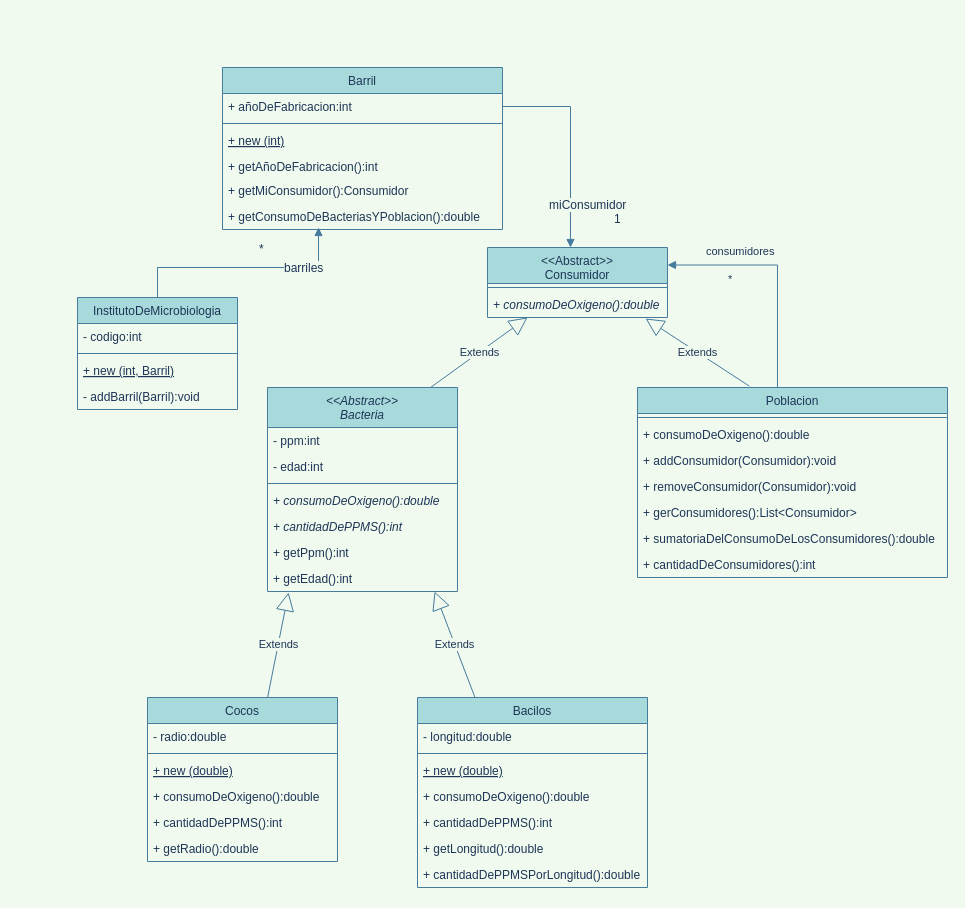
Earlier version of the draw.io diagram unq-po2-Parcial-1eraFecha-2019-Microbiologia.drawio (nhubczyk/Diagramas-UML). Source tidied: cells renumbered, new cells numbered last; positions are measured from the earlier drawing's top-left corner, leaving out a move shared by most shapes. Both pictures are drawn from the tidied source at 100%, with x=0, y=0 at pixel (77, 67).
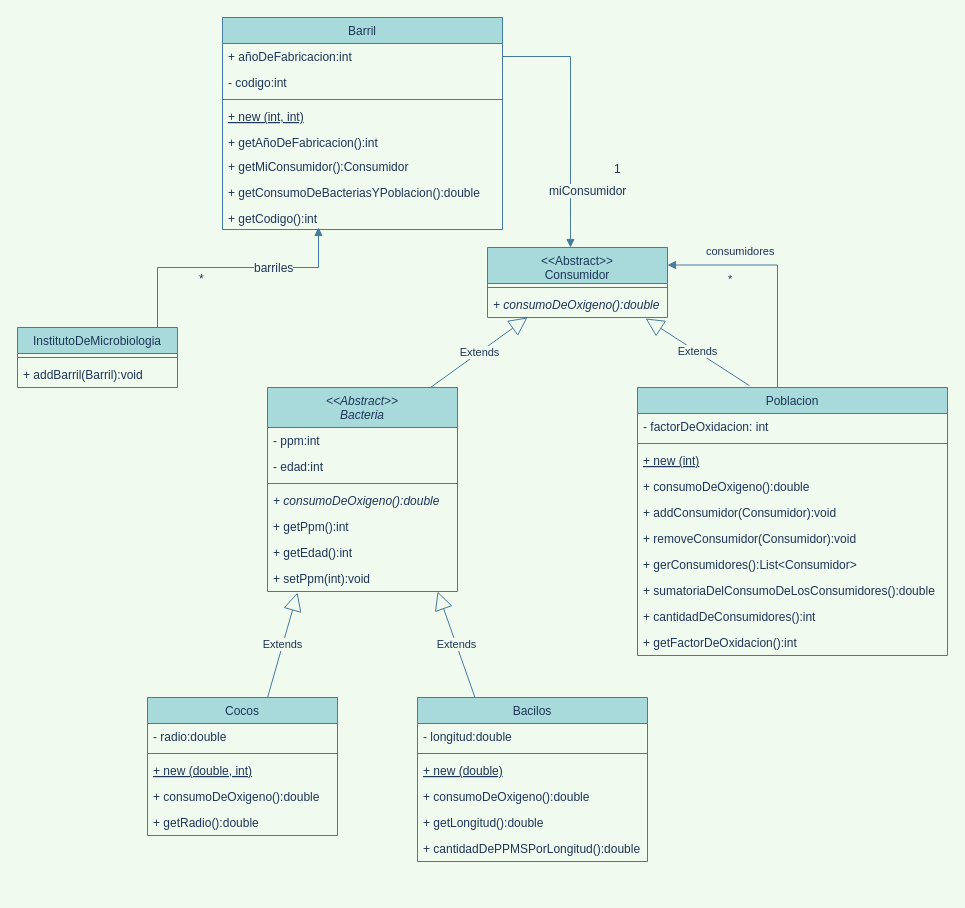
The same diagram, later.

Unchanged cells that the change refers to:
```xml
<mxCell id="2" value="&lt;&lt;Abstract&gt;&gt;&#10;Bacteria" style="swimlane;fontStyle=2;align=center;verticalAlign=top;horizontal=1;startSize=40;fillColor=#A8DADC;strokeColor=#457B9D;fontColor=#1D3557;" parent="1" vertex="1">
  <mxGeometry x="190" y="320" width="190" height="204" as="geometry" />
</mxCell>
```

The edit, as a diff of the source:
```diff
@@
-    <mxCell id="7" value="+ cantidadDePPMS():int" style="text;strokeColor=none;fillColor=none;align=left;verticalAlign=top;spacingLeft=4;spacingRight=4;overflow=hidden;fontStyle=2;fontColor=#1D3557;" parent="2" vertex="1">
-      <mxGeometry y="126" width="190" height="26" as="geometry" />
-    </mxCell>
     <mxCell id="8" value="+ getPpm():int" style="text;strokeColor=none;fillColor=none;align=left;verticalAlign=top;spacingLeft=4;spacingRight=4;overflow=hidden;fontStyle=0;fontColor=#1D3557;" parent="2" vertex="1">
-      <mxGeometry y="152" width="190" height="26" as="geometry" />
+      <mxGeometry y="126" width="190" height="26" as="geometry" />
     </mxCell>
     <mxCell id="9" value="+ getEdad():int" style="text;strokeColor=none;fillColor=none;align=left;verticalAlign=top;spacingLeft=4;spacingRight=4;overflow=hidden;points=[[0,0.5],[1,0.5]];portConstraint=eastwest;fontStyle=0;fontColor=#1D3557;" parent="2" vertex="1">
-      <mxGeometry y="178" width="190" height="26" as="geometry" />
+      <mxGeometry y="152" width="190" height="26" as="geometry" />
     </mxCell>
+    <mxCell id="58" value="+ setPpm(int):void" style="text;strokeColor=none;fillColor=none;align=left;verticalAlign=top;spacingLeft=4;spacingRight=4;overflow=hidden;points=[[0,0.5],[1,0.5]];portConstraint=eastwest;fontStyle=0;fontColor=#1D3557;" parent="2" vertex="1">
+      <mxGeometry y="178" width="190" height="26" as="geometry" />
+    </mxCell>
     <mxCell id="10" value="Cocos" style="swimlane;fontStyle=0;align=center;verticalAlign=top;horizontal=1;startSize=26;fillColor=#A8DADC;strokeColor=#457B9D;fontColor=#1D3557;" parent="1" vertex="1">
-      <mxGeometry x="70" y="630" width="190" height="164" as="geometry" />
+      <mxGeometry x="70" y="630" width="190" height="138" as="geometry" />
     </mxCell>
@@
-    <mxCell id="13" value="+ new (double)" style="text;strokeColor=none;fillColor=none;align=left;verticalAlign=top;spacingLeft=4;spacingRight=4;overflow=hidden;fontStyle=4;fontColor=#1D3557;" parent="10" vertex="1">
+    <mxCell id="13" value="+ new (double, int)" style="text;strokeColor=none;fillColor=none;align=left;verticalAlign=top;spacingLeft=4;spacingRight=4;overflow=hidden;fontStyle=4;fontColor=#1D3557;" parent="10" vertex="1">
       <mxGeometry y="60" width="190" height="26" as="geometry" />
     </mxCell>
@@
-    <mxCell id="15" value="+ cantidadDePPMS():int" style="text;strokeColor=none;fillColor=none;align=left;verticalAlign=top;spacingLeft=4;spacingRight=4;overflow=hidden;fontStyle=0;fontColor=#1D3557;" parent="10" vertex="1">
-      <mxGeometry y="112" width="190" height="26" as="geometry" />
-    </mxCell>
     <mxCell id="16" value="+ getRadio():double" style="text;strokeColor=none;fillColor=none;align=left;verticalAlign=top;spacingLeft=4;spacingRight=4;overflow=hidden;fontStyle=0;fontColor=#1D3557;" parent="10" vertex="1">
-      <mxGeometry y="138" width="190" height="26" as="geometry" />
+      <mxGeometry y="112" width="190" height="26" as="geometry" />
     </mxCell>
     <mxCell id="17" value="Bacilos" style="swimlane;fontStyle=0;align=center;verticalAlign=top;horizontal=1;startSize=26;fillColor=#A8DADC;strokeColor=#457B9D;fontColor=#1D3557;" parent="1" vertex="1">
-      <mxGeometry x="340" y="630" width="230" height="190" as="geometry" />
+      <mxGeometry x="340" y="630" width="230" height="164" as="geometry" />
     </mxCell>
@@
-    <mxCell id="22" value="+ cantidadDePPMS():int" style="text;strokeColor=none;fillColor=none;align=left;verticalAlign=top;spacingLeft=4;spacingRight=4;overflow=hidden;fontStyle=0;fontColor=#1D3557;" parent="17" vertex="1">
-      <mxGeometry y="112" width="230" height="26" as="geometry" />
-    </mxCell>
     <mxCell id="23" value="+ getLongitud():double" style="text;strokeColor=none;fillColor=none;align=left;verticalAlign=top;spacingLeft=4;spacingRight=4;overflow=hidden;fontStyle=0;fontColor=#1D3557;" parent="17" vertex="1">
-      <mxGeometry y="138" width="230" height="26" as="geometry" />
+      <mxGeometry y="112" width="230" height="26" as="geometry" />
     </mxCell>
     <mxCell id="24" value="+ cantidadDePPMSPorLongitud():double" style="text;strokeColor=none;fillColor=none;align=left;verticalAlign=top;spacingLeft=4;spacingRight=4;overflow=hidden;fontStyle=0;fontColor=#1D3557;" parent="17" vertex="1">
-      <mxGeometry y="164" width="230" height="26" as="geometry" />
+      <mxGeometry y="138" width="230" height="26" as="geometry" />
     </mxCell>
-    <mxCell id="25" value="Extends" style="endArrow=block;endSize=16;endFill=0;html=1;rounded=0;exitX=0.632;exitY=0;exitDx=0;exitDy=0;exitPerimeter=0;entryX=0.111;entryY=1.038;entryDx=0;entryDy=0;entryPerimeter=0;labelBackgroundColor=#F1FAEE;strokeColor=#457B9D;fontColor=#1D3557;" parent="1" edge="1" source="10" target="9">
+    <mxCell id="25" value="Extends" style="endArrow=block;endSize=16;endFill=0;html=1;rounded=0;exitX=0.632;exitY=0;exitDx=0;exitDy=0;exitPerimeter=0;labelBackgroundColor=#F1FAEE;strokeColor=#457B9D;fontColor=#1D3557;entryX=0.158;entryY=1.038;entryDx=0;entryDy=0;entryPerimeter=0;" parent="1" edge="1" source="10" target="58">
       <mxGeometry relative="1" as="geometry" />
     </mxCell>
-    <mxCell id="26" value="Extends" style="endArrow=block;endSize=16;endFill=0;html=1;rounded=0;exitX=0.25;exitY=0;exitDx=0;exitDy=0;entryX=0.879;entryY=1;entryDx=0;entryDy=0;entryPerimeter=0;labelBackgroundColor=#F1FAEE;strokeColor=#457B9D;fontColor=#1D3557;" parent="1" edge="1" source="17" target="9">
+    <mxCell id="26" value="Extends" style="endArrow=block;endSize=16;endFill=0;html=1;rounded=0;exitX=0.25;exitY=0;exitDx=0;exitDy=0;entryX=0.895;entryY=1;entryDx=0;entryDy=0;entryPerimeter=0;labelBackgroundColor=#F1FAEE;strokeColor=#457B9D;fontColor=#1D3557;" parent="1" edge="1" source="17" target="58">
       <mxGeometry relative="1" as="geometry" />
     </mxCell>
@@
     <mxCell id="31" value="Poblacion" style="swimlane;fontStyle=0;align=center;verticalAlign=top;horizontal=1;startSize=26;fillColor=#A8DADC;strokeColor=#457B9D;fontColor=#1D3557;" parent="1" vertex="1">
-      <mxGeometry x="560" y="320" width="310" height="190" as="geometry" />
+      <mxGeometry x="560" y="320" width="310" height="268" as="geometry" />
     </mxCell>
+    <mxCell id="59" value="- factorDeOxidacion: int" style="text;strokeColor=none;fillColor=none;align=left;verticalAlign=top;spacingLeft=4;spacingRight=4;overflow=hidden;fontStyle=0;fontColor=#1D3557;" parent="31" vertex="1">
+      <mxGeometry y="26" width="310" height="26" as="geometry" />
+    </mxCell>
     <mxCell id="32" style="line;strokeWidth=1;fillColor=none;align=left;verticalAlign=middle;spacingTop=-1;spacingLeft=3;spacingRight=3;labelPosition=right;strokeColor=#457B9D;labelBackgroundColor=#F1FAEE;fontColor=#1D3557;" parent="31" vertex="1">
-      <mxGeometry y="26" width="310" height="8" as="geometry" />
+      <mxGeometry y="52" width="310" height="8" as="geometry" />
     </mxCell>
+    <mxCell id="60" value="+ new (int)" style="text;strokeColor=none;fillColor=none;align=left;verticalAlign=top;spacingLeft=4;spacingRight=4;overflow=hidden;fontStyle=4;fontColor=#1D3557;" parent="31" vertex="1">
+      <mxGeometry y="60" width="310" height="26" as="geometry" />
+    </mxCell>
     <mxCell id="33" value="+ consumoDeOxigeno():double" style="text;strokeColor=none;fillColor=none;align=left;verticalAlign=top;spacingLeft=4;spacingRight=4;overflow=hidden;fontStyle=0;fontColor=#1D3557;" parent="31" vertex="1">
-      <mxGeometry y="34" width="310" height="26" as="geometry" />
+      <mxGeometry y="86" width="310" height="26" as="geometry" />
     </mxCell>
     <mxCell id="34" value="+ addConsumidor(Consumidor):void" style="text;strokeColor=none;fillColor=none;align=left;verticalAlign=top;spacingLeft=4;spacingRight=4;overflow=hidden;fontStyle=0;fontColor=#1D3557;" parent="31" vertex="1">
-      <mxGeometry y="60" width="310" height="26" as="geometry" />
+      <mxGeometry y="112" width="310" height="26" as="geometry" />
     </mxCell>
     <mxCell id="35" value="+ removeConsumidor(Consumidor):void" style="text;strokeColor=none;fillColor=none;align=left;verticalAlign=top;spacingLeft=4;spacingRight=4;overflow=hidden;fontStyle=0;fontColor=#1D3557;" parent="31" vertex="1">
-      <mxGeometry y="86" width="310" height="26" as="geometry" />
+      <mxGeometry y="138" width="310" height="26" as="geometry" />
     </mxCell>
     <mxCell id="36" value="+ gerConsumidores():List&lt;Consumidor&gt;" style="text;strokeColor=none;fillColor=none;align=left;verticalAlign=top;spacingLeft=4;spacingRight=4;overflow=hidden;fontStyle=0;fontColor=#1D3557;" parent="31" vertex="1">
-      <mxGeometry y="112" width="310" height="26" as="geometry" />
+      <mxGeometry y="164" width="310" height="26" as="geometry" />
     </mxCell>
     <mxCell id="37" value="+ sumatoriaDelConsumoDeLosConsumidores():double" style="text;strokeColor=none;fillColor=none;align=left;verticalAlign=top;spacingLeft=4;spacingRight=4;overflow=hidden;fontStyle=0;fontColor=#1D3557;" parent="31" vertex="1">
-      <mxGeometry y="138" width="310" height="26" as="geometry" />
+      <mxGeometry y="190" width="310" height="26" as="geometry" />
     </mxCell>
     <mxCell id="38" value="+ cantidadDeConsumidores():int" style="text;strokeColor=none;fillColor=none;align=left;verticalAlign=top;spacingLeft=4;spacingRight=4;overflow=hidden;fontStyle=0;fontColor=#1D3557;" parent="31" vertex="1">
-      <mxGeometry y="164" width="310" height="26" as="geometry" />
+      <mxGeometry y="216" width="310" height="26" as="geometry" />
     </mxCell>
+    <mxCell id="61" value="+ getFactorDeOxidacion():int" style="text;strokeColor=none;fillColor=none;align=left;verticalAlign=top;spacingLeft=4;spacingRight=4;overflow=hidden;fontStyle=0;fontColor=#1D3557;" parent="31" vertex="1">
+      <mxGeometry y="242" width="310" height="26" as="geometry" />
+    </mxCell>
@@
     <mxCell id="42" value="InstitutoDeMicrobiologia" style="swimlane;fontStyle=0;align=center;verticalAlign=top;horizontal=1;startSize=26;fontSize=12;fillColor=#A8DADC;strokeColor=#457B9D;fontColor=#1D3557;" parent="1" vertex="1">
-      <mxGeometry y="230" width="160" height="112" as="geometry" />
+      <mxGeometry x="-60" y="260" width="160" height="60" as="geometry" />
     </mxCell>
-    <mxCell id="43" value="- codigo:int" style="text;strokeColor=none;fillColor=none;align=left;verticalAlign=top;spacingLeft=4;spacingRight=4;overflow=hidden;fontSize=12;fontColor=#1D3557;" parent="42" vertex="1">
-      <mxGeometry y="26" width="160" height="26" as="geometry" />
-    </mxCell>
     <mxCell id="44" style="line;strokeWidth=1;fillColor=none;align=left;verticalAlign=middle;spacingTop=-1;spacingLeft=3;spacingRight=3;labelPosition=right;strokeColor=#457B9D;fontSize=12;labelBackgroundColor=#F1FAEE;fontColor=#1D3557;" parent="42" vertex="1">
-      <mxGeometry y="52" width="160" height="8" as="geometry" />
+      <mxGeometry y="26" width="160" height="8" as="geometry" />
     </mxCell>
-    <mxCell id="45" value="+ new (int, Barril)" style="text;strokeColor=none;fillColor=none;align=left;verticalAlign=top;spacingLeft=4;spacingRight=4;overflow=hidden;fontSize=12;fontStyle=4;fontColor=#1D3557;" parent="42" vertex="1">
-      <mxGeometry y="60" width="160" height="26" as="geometry" />
-    </mxCell>
-    <mxCell id="46" value="- addBarril(Barril):void" style="text;strokeColor=none;fillColor=none;align=left;verticalAlign=top;spacingLeft=4;spacingRight=4;overflow=hidden;fontSize=12;fontColor=#1D3557;" parent="42" vertex="1">
-      <mxGeometry y="86" width="160" height="26" as="geometry" />
+    <mxCell id="46" value="+ addBarril(Barril):void" style="text;strokeColor=none;fillColor=none;align=left;verticalAlign=top;spacingLeft=4;spacingRight=4;overflow=hidden;fontSize=12;fontColor=#1D3557;" parent="42" vertex="1">
+      <mxGeometry y="34" width="160" height="26" as="geometry" />
     </mxCell>
     <mxCell id="47" value="Barril" style="swimlane;fontStyle=0;align=center;verticalAlign=top;horizontal=1;startSize=26;fontSize=12;fillColor=#A8DADC;strokeColor=#457B9D;fontColor=#1D3557;" parent="1" vertex="1">
-      <mxGeometry x="145" width="280" height="162" as="geometry" />
+      <mxGeometry x="145" y="-50" width="280" height="212" as="geometry" />
     </mxCell>
@@
+    <mxCell id="43" value="- codigo:int" style="text;strokeColor=none;fillColor=none;align=left;verticalAlign=top;spacingLeft=4;spacingRight=4;overflow=hidden;fontSize=12;fontColor=#1D3557;" parent="47" vertex="1">
+      <mxGeometry y="52" width="280" height="26" as="geometry" />
+    </mxCell>
     <mxCell id="49" style="line;strokeWidth=1;fillColor=none;align=left;verticalAlign=middle;spacingTop=-1;spacingLeft=3;spacingRight=3;labelPosition=right;strokeColor=#457B9D;fontSize=12;labelBackgroundColor=#F1FAEE;fontColor=#1D3557;" parent="47" vertex="1">
-      <mxGeometry y="52" width="280" height="8" as="geometry" />
+      <mxGeometry y="78" width="280" height="8" as="geometry" />
     </mxCell>
-    <mxCell id="50" value="+ new (int)" style="text;strokeColor=none;fillColor=none;align=left;verticalAlign=top;spacingLeft=4;spacingRight=4;overflow=hidden;fontSize=12;fontStyle=4;fontColor=#1D3557;" parent="47" vertex="1">
-      <mxGeometry y="60" width="280" height="26" as="geometry" />
+    <mxCell id="50" value="+ new (int, int)" style="text;strokeColor=none;fillColor=none;align=left;verticalAlign=top;spacingLeft=4;spacingRight=4;overflow=hidden;fontSize=12;fontStyle=4;fontColor=#1D3557;" parent="47" vertex="1">
+      <mxGeometry y="86" width="280" height="26" as="geometry" />
     </mxCell>
     <mxCell id="51" value="+ getAñoDeFabricacion():int" style="text;strokeColor=none;fillColor=none;align=left;verticalAlign=top;spacingLeft=4;spacingRight=4;overflow=hidden;fontSize=12;fontColor=#1D3557;" parent="47" vertex="1">
-      <mxGeometry y="86" width="280" height="24" as="geometry" />
+      <mxGeometry y="112" width="280" height="24" as="geometry" />
     </mxCell>
     <mxCell id="52" value="+ getMiConsumidor():Consumidor" style="text;strokeColor=none;fillColor=none;align=left;verticalAlign=top;spacingLeft=4;spacingRight=4;overflow=hidden;fontSize=12;fontColor=#1D3557;" parent="47" vertex="1">
-      <mxGeometry y="110" width="280" height="26" as="geometry" />
+      <mxGeometry y="136" width="280" height="26" as="geometry" />
     </mxCell>
     <mxCell id="53" value="+ getConsumoDeBacteriasYPoblacion():double" style="text;strokeColor=none;fillColor=none;align=left;verticalAlign=top;spacingLeft=4;spacingRight=4;overflow=hidden;fontSize=12;fontColor=#1D3557;" parent="47" vertex="1">
-      <mxGeometry y="136" width="280" height="26" as="geometry" />
+      <mxGeometry y="162" width="280" height="26" as="geometry" />
     </mxCell>
+    <mxCell id="62" value="+ getCodigo():int" style="text;strokeColor=none;fillColor=none;align=left;verticalAlign=top;spacingLeft=4;spacingRight=4;overflow=hidden;fontSize=12;fontColor=#1D3557;" parent="47" vertex="1">
+      <mxGeometry y="188" width="280" height="24" as="geometry" />
+    </mxCell>
```
